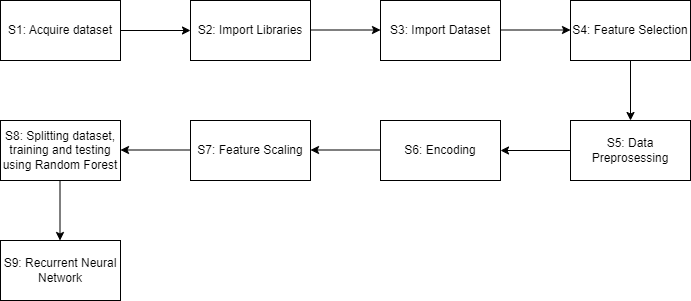
Before: CiliLadoData/FlowChart.png, a diagram exported from draw.io (JingYuan0926/ChiliLado). Source tidied: cells renumbered, new cells last; positions are measured from the earlier drawing's top-left corner, leaving out a move shared by most shapes.
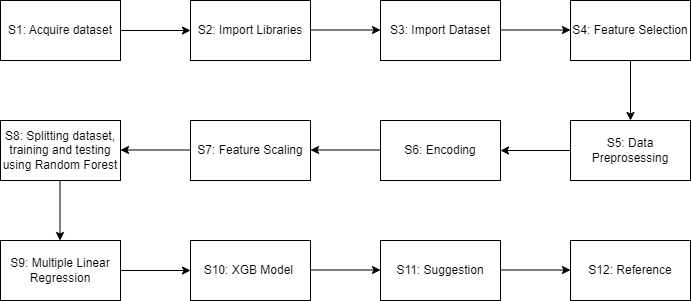
After the commit.

Change to the diagram source:
```diff
@@ -26,7 +26,7 @@
     <mxCell id="9" value="S8: Splitting dataset, training and testing using Random Forest" style="rounded=0;whiteSpace=wrap;html=1;" parent="1" vertex="1">
       <mxGeometry y="120" width="120" height="60" as="geometry" />
     </mxCell>
-    <mxCell id="10" value="S9: Recurrent Neural Network" style="rounded=0;whiteSpace=wrap;html=1;" parent="1" vertex="1">
+    <mxCell id="10" value="S9: Multiple Linear Regression" style="rounded=0;whiteSpace=wrap;html=1;" parent="1" vertex="1">
       <mxGeometry y="240" width="120" height="60" as="geometry" />
     </mxCell>
     <mxCell id="11" style="endArrow=classic;html=1;rounded=0;exitX=1;exitY=0.5;exitDx=0;exitDy=0;entryX=0;entryY=0.5;entryDx=0;entryDy=0;" parent="1" edge="1" source="2" target="3">
@@ -68,5 +68,31 @@
         <mxPoint x="59.5" y="240" as="targetPoint" />
       </mxGeometry>
     </mxCell>
+    <mxCell id="19" value="S10: XGB Model&amp;nbsp;" style="rounded=0;whiteSpace=wrap;html=1;" parent="1" vertex="1">
+      <mxGeometry x="190" y="240" width="120" height="60" as="geometry" />
+    </mxCell>
+    <mxCell id="20" value="S11: Suggestion" style="rounded=0;whiteSpace=wrap;html=1;" parent="1" vertex="1">
+      <mxGeometry x="380" y="240" width="120" height="60" as="geometry" />
+    </mxCell>
+    <mxCell id="21" style="endArrow=classic;html=1;rounded=0;exitX=0.5;exitY=1;exitDx=0;exitDy=0;entryX=0;entryY=0.5;entryDx=0;entryDy=0;" parent="1" edge="1" target="19">
+      <mxGeometry relative="1" as="geometry">
+        <mxPoint x="120" y="270" as="sourcePoint" />
+      </mxGeometry>
+    </mxCell>
+    <mxCell id="22" style="endArrow=classic;html=1;rounded=0;exitX=0.5;exitY=1;exitDx=0;exitDy=0;entryX=0;entryY=0.5;entryDx=0;entryDy=0;" parent="1" edge="1">
+      <mxGeometry relative="1" as="geometry">
+        <mxPoint x="310" y="269.5" as="sourcePoint" />
+        <mxPoint x="380" y="269.5" as="targetPoint" />
+      </mxGeometry>
+    </mxCell>
+    <mxCell id="23" style="endArrow=classic;html=1;rounded=0;exitX=0.5;exitY=1;exitDx=0;exitDy=0;entryX=0;entryY=0.5;entryDx=0;entryDy=0;" parent="1" edge="1">
+      <mxGeometry relative="1" as="geometry">
+        <mxPoint x="500" y="269.5" as="sourcePoint" />
+        <mxPoint x="570" y="269.5" as="targetPoint" />
+      </mxGeometry>
+    </mxCell>
+    <mxCell id="24" value="S12: Reference" style="rounded=0;whiteSpace=wrap;html=1;" parent="1" vertex="1">
+      <mxGeometry x="570" y="240" width="120" height="60" as="geometry" />
+    </mxCell>
   </root>
 </mxGraphModel>
```
